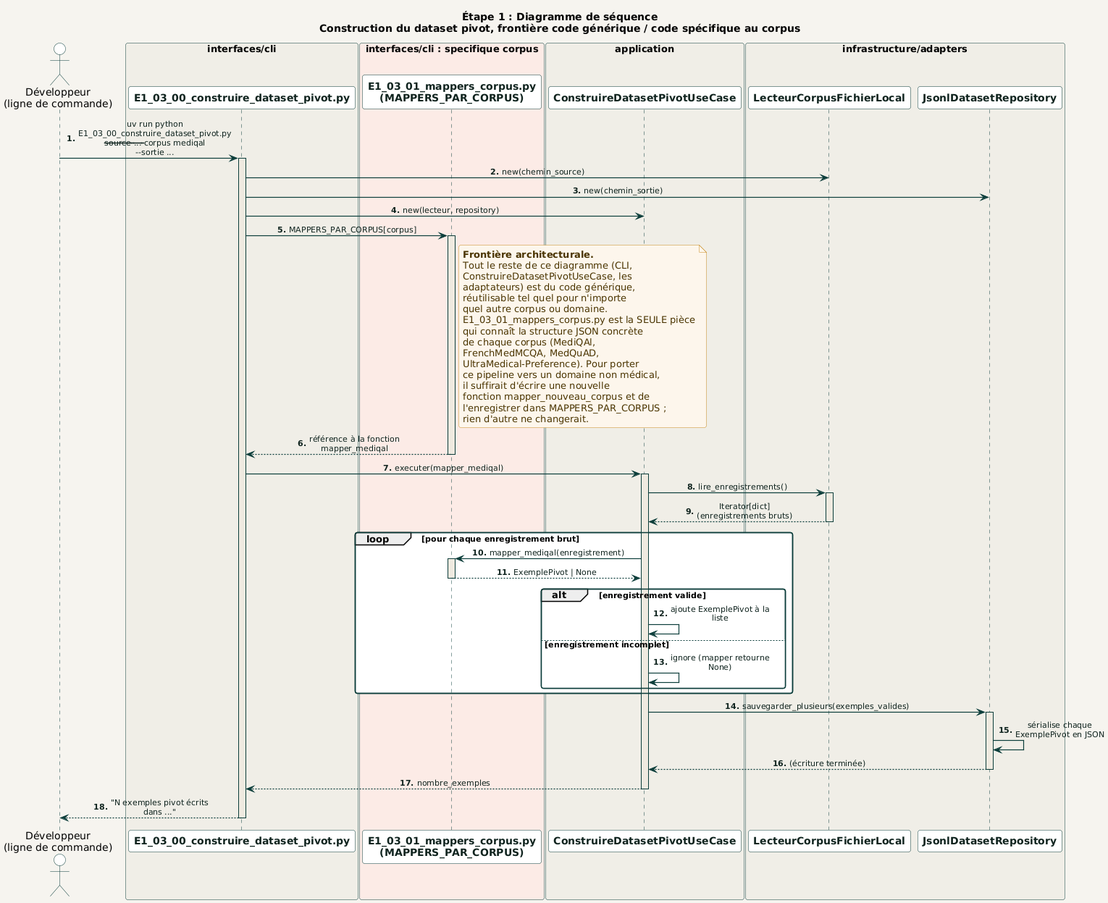
racemartin/m14_ocr keeps this PlantUML diagram as docs/diagrams/02_etape1_donnees/sequence/construction_dataset_pivot_frontiere_generique.png. Above is the earlier version.
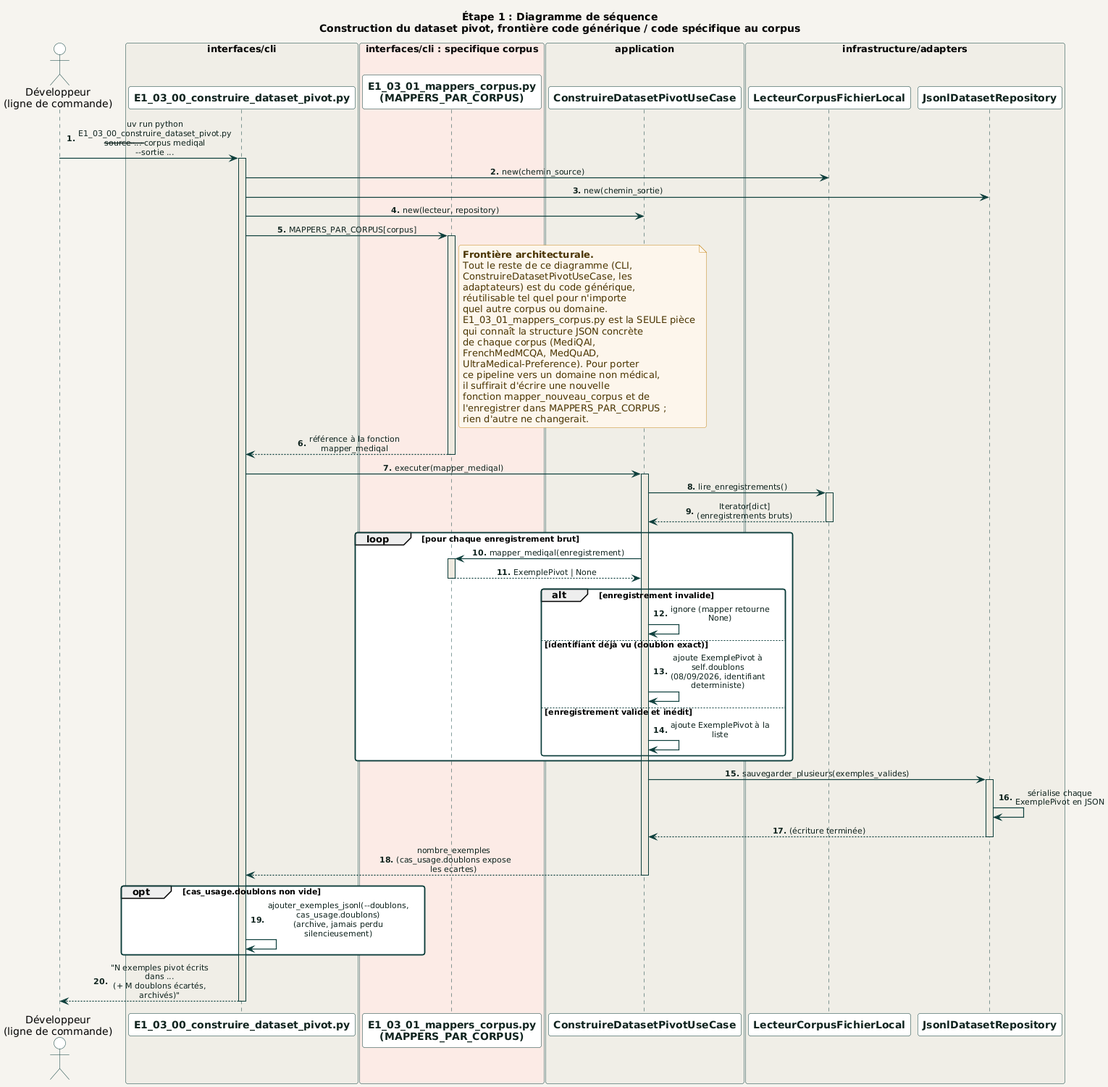
After the change.

The edit, as a diff of the source:
```diff
@@ -68,10 +68,12 @@
   Mappers --> UC : ExemplePivot | None
   deactivate Mappers
 
-  alt enregistrement valide
+  alt enregistrement invalide
+    UC -> UC : ignore (mapper retourne None)
+  else identifiant déjà vu (doublon exact)
+    UC -> UC : ajoute ExemplePivot à self.doublons\n(08/09/2026, identifiant deterministe)
+  else enregistrement valide et inédit
     UC -> UC : ajoute ExemplePivot à la liste
-  else enregistrement incomplet
-    UC -> UC : ignore (mapper retourne None)
   end
 end
 
@@ -81,10 +83,14 @@
 Repo --> UC : (écriture terminée)
 deactivate Repo
 
-UC --> CLI : nombre_exemples
+UC --> CLI : nombre_exemples\n(cas_usage.doublons expose les ecartes)
 deactivate UC
 
-CLI --> Dev : "N exemples pivot écrits dans ..."
+opt cas_usage.doublons non vide
+  CLI -> CLI : ajouter_exemples_jsonl(--doublons, cas_usage.doublons)\n(archive, jamais perdu silencieusement)
+end
+
+CLI --> Dev : "N exemples pivot écrits dans ...\n(+ M doublons écartés, archivés)"
 deactivate CLI
 
 @enduml
```
